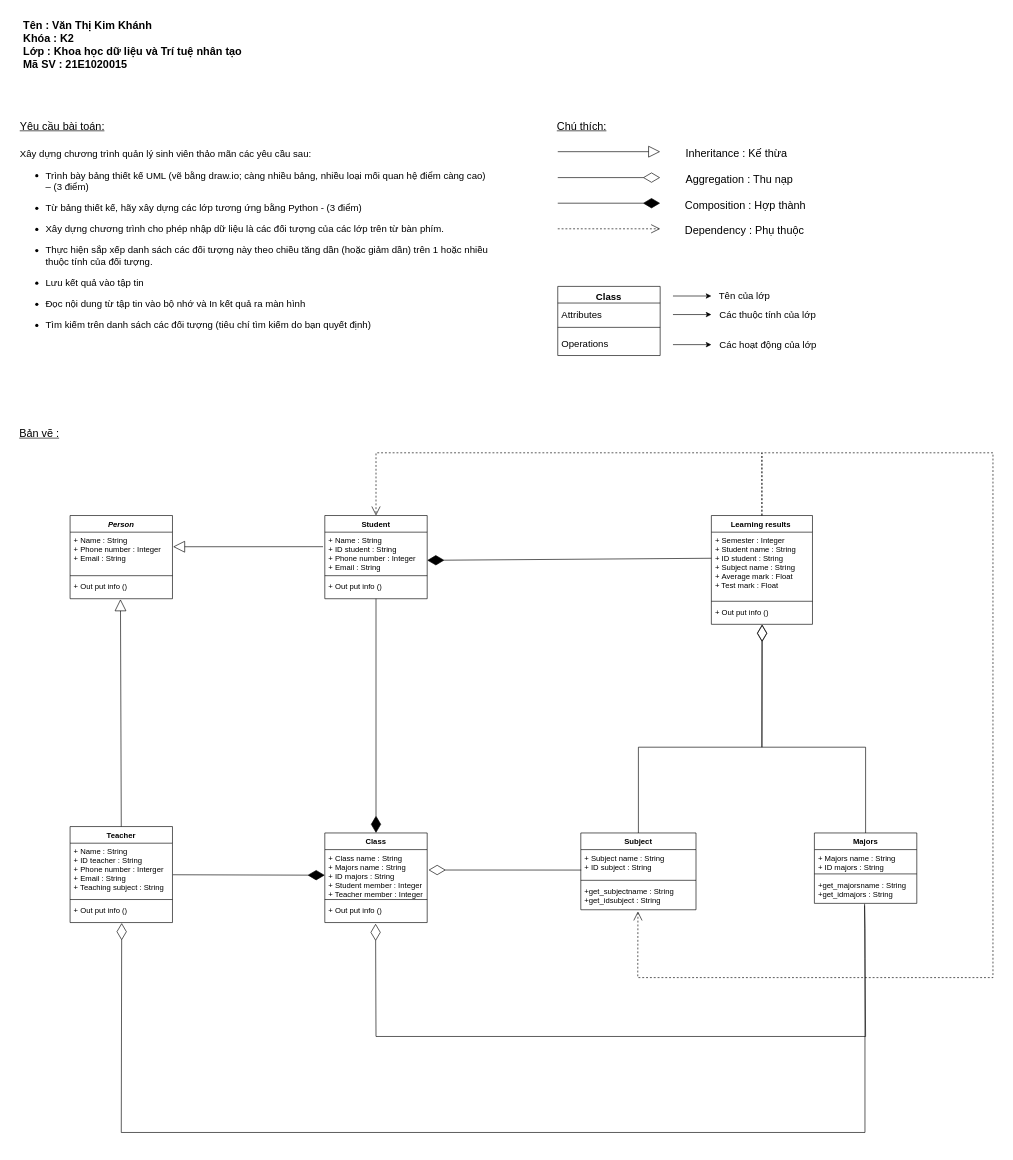
Before: Bản vẽ thiết kế UML đồ án Python.drawio in VanThiKimKhanh/Van_Thi_Kim_Khanh_K2_KHDLTTNT_NNLT_PYTHON, a draw.io diagram. Source tidied: cells renumbered, new cells numbered last; positions are measured from the earlier drawing's top-left corner, leaving out a move shared by most shapes. Both pictures are drawn from the tidied source at 64%, with x=0, y=0 at pixel (11, 11).
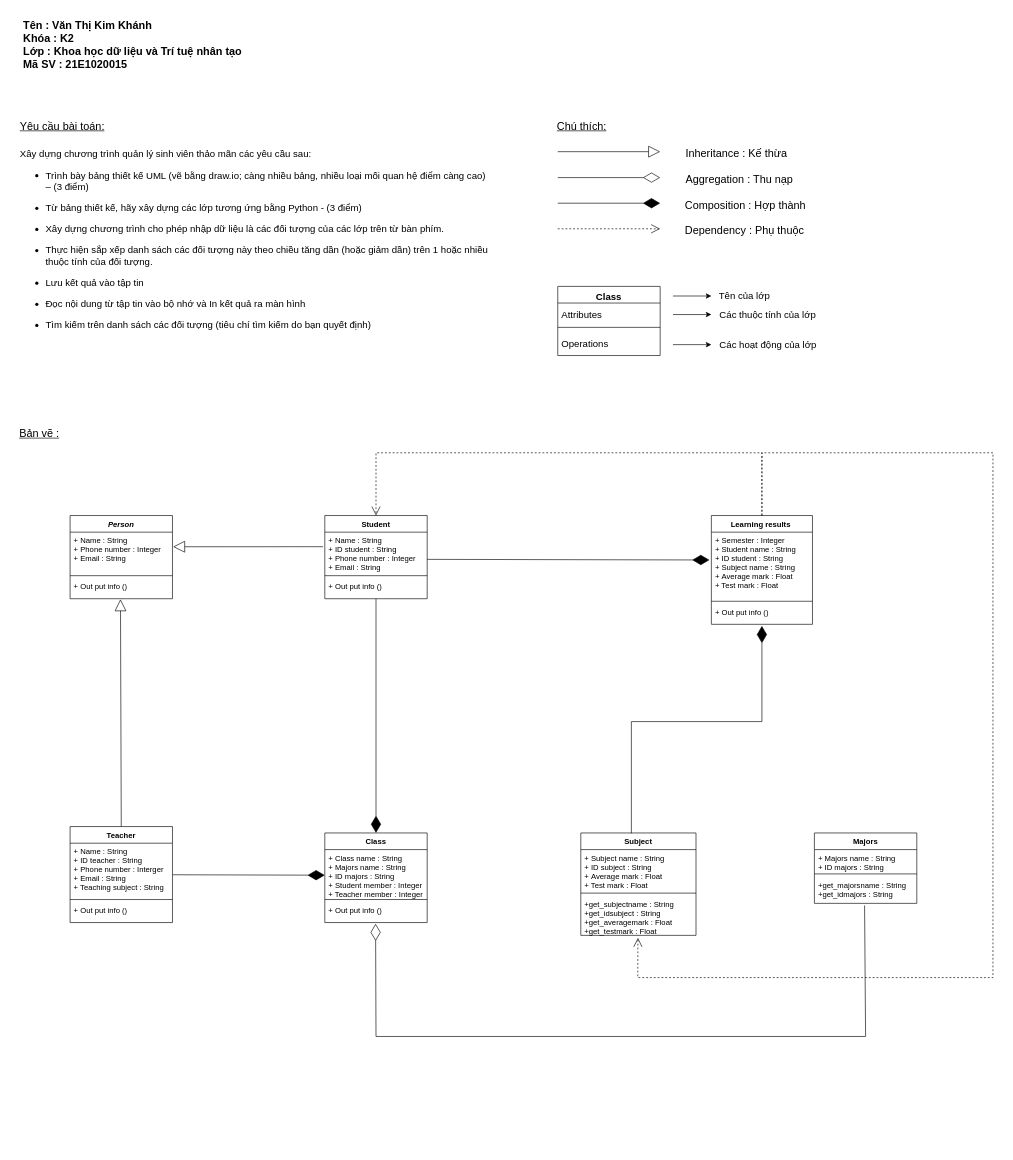
The same page after the edit.

The change refers to these unchanged cells:
```xml
<mxCell id="31" value="Majors" style="swimlane;fontStyle=1;align=center;verticalAlign=top;horizontal=1;startSize=26;" parent="1" vertex="1">
  <mxGeometry x="1255" y="1284" width="160" height="110" as="geometry" />
</mxCell>
<mxCell id="34" value="+get_majorsname : String&#10;+get_idmajors : String" style="text;strokeColor=none;fillColor=none;align=left;verticalAlign=top;spacingLeft=4;spacingRight=4;overflow=hidden;points=[[0,0.5],[1,0.5]];portConstraint=eastwest;" parent="31" vertex="1">
  <mxGeometry y="68" width="160" height="42" as="geometry" />
</mxCell>
<mxCell id="38" value="+ Out put info ()" style="text;strokeColor=none;fillColor=none;align=left;verticalAlign=top;spacingLeft=4;spacingRight=4;overflow=hidden;points=[[0,0.5],[1,0.5]];portConstraint=eastwest;" parent="35" vertex="1">
  <mxGeometry y="118" width="160" height="32" as="geometry" />
</mxCell>
<mxCell id="40" value="+ Name : String&#10;+ ID student : String&#10;+ Phone number : Integer&#10;+ Email : String" style="text;strokeColor=none;fillColor=none;align=left;verticalAlign=top;spacingLeft=4;spacingRight=4;overflow=hidden;points=[[0,0.5],[1,0.5]];portConstraint=eastwest;" parent="39" vertex="1">
  <mxGeometry y="26" width="160" height="64" as="geometry" />
</mxCell>
<mxCell id="44" value="+ Semester : Integer&#10;+ Student name : String&#10;+ ID student : String&#10;+ Subject name : String&#10;+ Average mark : Float&#10;+ Test mark : Float" style="text;strokeColor=none;fillColor=none;align=left;verticalAlign=top;spacingLeft=4;spacingRight=4;overflow=hidden;points=[[0,0.5],[1,0.5]];portConstraint=eastwest;" parent="43" vertex="1">
  <mxGeometry y="26" width="158" height="104" as="geometry" />
</mxCell>
<mxCell id="46" value="+ Out put info ()" style="text;strokeColor=none;fillColor=none;align=left;verticalAlign=top;spacingLeft=4;spacingRight=4;overflow=hidden;points=[[0,0.5],[1,0.5]];portConstraint=eastwest;" parent="43" vertex="1">
  <mxGeometry y="138" width="158" height="32" as="geometry" />
</mxCell>
<mxCell id="50" value="+ Class name : String&#10;+ Majors name : String&#10;+ ID majors : String&#10;+ Student member : Integer&#10;+ Teacher member : Integer&#10;&#10;&#10;" style="text;strokeColor=none;fillColor=none;align=left;verticalAlign=top;spacingLeft=4;spacingRight=4;overflow=hidden;points=[[0,0.5],[1,0.5]];portConstraint=eastwest;" parent="49" vertex="1">
  <mxGeometry y="26" width="160" height="74" as="geometry" />
</mxCell>
```

Change to the diagram source:
```diff
@@
     <mxCell id="2" value="Tên : Văn Thị Kim Khánh&lt;br style=&quot;font-size: 17px;&quot;&gt;Khóa : K2&lt;br style=&quot;font-size: 17px;&quot;&gt;Lớp : Khoa học dữ liệu và Trí tuệ nhân tạo&lt;br style=&quot;font-size: 17px;&quot;&gt;Mã SV : 21E1020015" style="text;html=1;align=left;verticalAlign=top;whiteSpace=wrap;rounded=0;fontSize=17;fontStyle=1;spacing=5;spacingTop=3;strokeWidth=0;" parent="1" vertex="1">
-      <mxGeometry x="14" width="360" height="110" as="geometry" />
+      <mxGeometry x="14" width="380" height="110" as="geometry" />
     </mxCell>
@@
     <mxCell id="27" value="Subject" style="swimlane;fontStyle=1;align=center;verticalAlign=top;horizontal=1;startSize=26;" parent="1" vertex="1">
-      <mxGeometry x="890" y="1284" width="180" height="120" as="geometry" />
+      <mxGeometry x="890" y="1284" width="180" height="160" as="geometry" />
     </mxCell>
-    <mxCell id="28" value="+ Subject name : String&#10;+ ID subject : String" style="text;strokeColor=none;fillColor=none;align=left;verticalAlign=top;spacingLeft=4;spacingRight=4;overflow=hidden;points=[[0,0.5],[1,0.5]];portConstraint=eastwest;" parent="27" vertex="1">
-      <mxGeometry y="26" width="180" height="44" as="geometry" />
+    <mxCell id="28" value="+ Subject name : String&#10;+ ID subject : String&#10;+ Average mark : Float&#10;+ Test mark : Float" style="text;strokeColor=none;fillColor=none;align=left;verticalAlign=top;spacingLeft=4;spacingRight=4;overflow=hidden;points=[[0,0.5],[1,0.5]];portConstraint=eastwest;" parent="27" vertex="1">
+      <mxGeometry y="26" width="180" height="64" as="geometry" />
     </mxCell>
     <mxCell id="29" style="line;strokeWidth=1;fillColor=none;align=left;verticalAlign=middle;spacingTop=-1;spacingLeft=3;spacingRight=3;labelPosition=right;" parent="27" vertex="1">
-      <mxGeometry y="70" width="180" height="8" as="geometry" />
+      <mxGeometry y="90" width="180" height="8" as="geometry" />
     </mxCell>
-    <mxCell id="30" value="+get_subjectname : String&#10;+get_idsubject : String" style="text;strokeColor=none;fillColor=none;align=left;verticalAlign=top;spacingLeft=4;spacingRight=4;overflow=hidden;points=[[0,0.5],[1,0.5]];portConstraint=eastwest;" parent="27" vertex="1">
-      <mxGeometry y="78" width="180" height="42" as="geometry" />
+    <mxCell id="30" value="+get_subjectname : String&#10;+get_idsubject : String&#10;+get_averagemark : Float&#10;+get_testmark : Float" style="text;strokeColor=none;fillColor=none;align=left;verticalAlign=top;spacingLeft=4;spacingRight=4;overflow=hidden;points=[[0,0.5],[1,0.5]];portConstraint=eastwest;" parent="27" vertex="1">
+      <mxGeometry y="98" width="180" height="62" as="geometry" />
     </mxCell>
@@
-    <mxCell id="54" style="endArrow=diamondThin;endFill=1;endSize=24;html=1;rounded=0;fontSize=17;exitX=0;exitY=0.392;exitDx=0;exitDy=0;exitPerimeter=0;" parent="1" edge="1" source="44">
-      <mxGeometry relative="1" as="geometry">
-        <mxPoint x="650" y="858" as="targetPoint" />
-      </mxGeometry>
+    <mxCell id="54" style="endArrow=diamondThin;endFill=1;endSize=24;html=1;rounded=0;fontSize=17;entryX=-0.019;entryY=0.418;entryDx=0;entryDy=0;exitX=1;exitY=0.664;exitDx=0;exitDy=0;exitPerimeter=0;entryPerimeter=0;" parent="1" edge="1" source="40" target="44">
+      <mxGeometry relative="1" as="geometry" />
     </mxCell>
-    <mxCell id="55" style="endArrow=diamondThin;endFill=0;endSize=24;html=1;rounded=0;fontSize=17;entryX=1.013;entryY=0.431;entryDx=0;entryDy=0;entryPerimeter=0;exitX=0.004;exitY=0.727;exitDx=0;exitDy=0;exitPerimeter=0;" parent="1" edge="1" source="28" target="50">
-      <mxGeometry relative="1" as="geometry" />
-    </mxCell>
@@
-    <mxCell id="57" style="endArrow=diamondThin;endFill=0;endSize=24;html=1;rounded=0;fontSize=17;entryX=0.504;entryY=1.024;entryDx=0;entryDy=0;entryPerimeter=0;exitX=0.49;exitY=1.016;exitDx=0;exitDy=0;exitPerimeter=0;" parent="1" edge="1" source="34" target="38">
-      <mxGeometry relative="1" as="geometry">
-        <Array as="points">
-          <mxPoint x="1334" y="1433" />
-          <mxPoint x="1334" y="1480" />
-          <mxPoint x="1334" y="1752" />
-          <mxPoint x="172" y="1752" />
-        </Array>
-      </mxGeometry>
-    </mxCell>
@@
-    <mxCell id="61" style="endArrow=diamondThin;endFill=0;endSize=24;html=1;rounded=0;fontSize=17;exitX=0.5;exitY=0;exitDx=0;exitDy=0;entryX=0.502;entryY=1.006;entryDx=0;entryDy=0;entryPerimeter=0;" parent="1" edge="1" source="27" target="46">
-      <mxGeometry relative="1" as="geometry">
-        <Array as="points">
-          <mxPoint x="980" y="1150" />
-          <mxPoint x="1173" y="1150" />
-        </Array>
-      </mxGeometry>
-    </mxCell>
-    <mxCell id="62" style="endArrow=diamondThin;endFill=0;endSize=24;html=1;rounded=0;fontSize=17;entryX=0.502;entryY=1.024;entryDx=0;entryDy=0;entryPerimeter=0;exitX=0.5;exitY=0;exitDx=0;exitDy=0;" parent="1" edge="1" source="31" target="46">
-      <mxGeometry relative="1" as="geometry">
-        <Array as="points">
-          <mxPoint x="1335" y="1150" />
-          <mxPoint x="1173" y="1150" />
-        </Array>
-      </mxGeometry>
-    </mxCell>
@@
+    <mxCell id="61" style="endArrow=diamondThin;endFill=1;endSize=24;html=1;rounded=0;fontSize=17;entryX=0.5;entryY=1.078;entryDx=0;entryDy=0;entryPerimeter=0;exitX=0.439;exitY=0.004;exitDx=0;exitDy=0;exitPerimeter=0;" parent="1" edge="1" source="27" target="46">
+      <mxGeometry relative="1" as="geometry">
+        <Array as="points">
+          <mxPoint x="969" y="1110" />
+          <mxPoint x="1173" y="1110" />
+        </Array>
+      </mxGeometry>
+    </mxCell>
```
